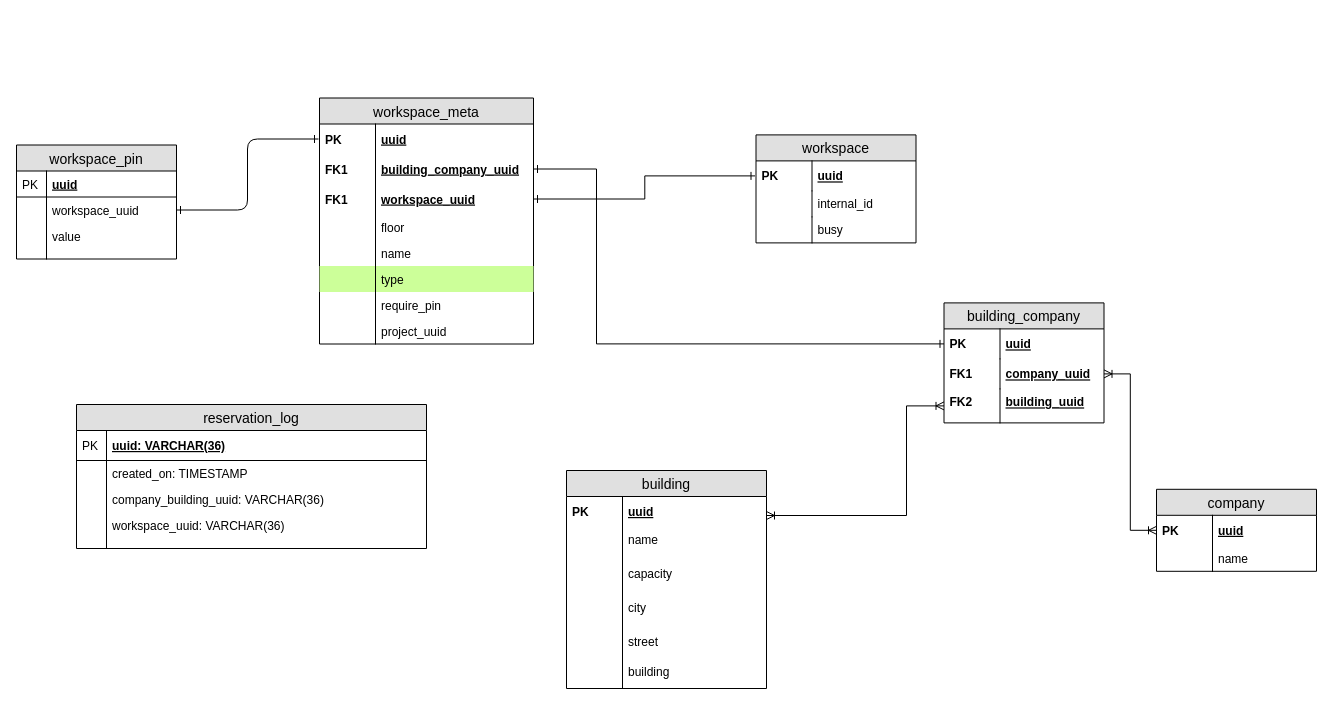
Hunkizzz/project-zebra-diagrams keeps this draw.io diagram as workplace-reservation-service-erd.drawio. Above is the earlier version. Source tidied: cells renumbered, new cells numbered last; positions are measured from the earlier drawing's top-left corner, leaving out a move shared by most shapes. Both pictures are drawn from the tidied source at 100%, with x=0, y=0 at pixel (16, 98).
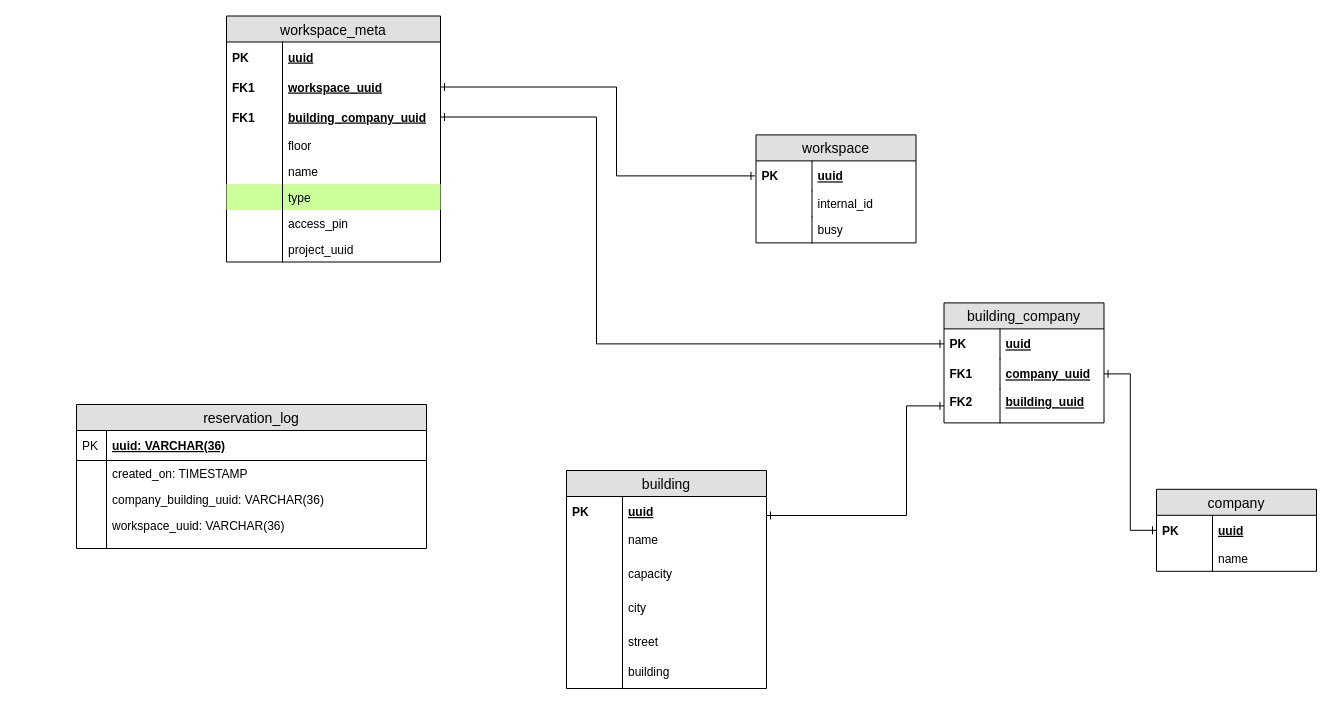
Above is the later version.

The change refers to these unchanged cells:
```xml
<mxCell id="3" value="uuid" style="shape=partialRectangle;top=0;left=0;right=0;bottom=0;align=left;verticalAlign=middle;fillColor=none;spacingLeft=60;spacingRight=4;overflow=hidden;points=[[0,0.5],[1,0.5]];portConstraint=eastwest;fontStyle=5;fontSize=12;" parent="2" vertex="1">
  <mxGeometry y="26" width="160" height="30" as="geometry" />
</mxCell>
<mxCell id="8" value="uuid" style="shape=partialRectangle;top=0;left=0;right=0;bottom=0;align=left;verticalAlign=middle;fillColor=none;spacingLeft=60;spacingRight=4;overflow=hidden;points=[[0,0.5],[1,0.5]];portConstraint=eastwest;fontStyle=5;fontSize=12;perimeterSpacing=1;" parent="7" vertex="1">
  <mxGeometry y="26" width="160" height="30" as="geometry" />
</mxCell>
<mxCell id="15" value="uuid" style="shape=partialRectangle;top=0;left=0;right=0;bottom=0;align=left;verticalAlign=middle;fillColor=none;spacingLeft=60;spacingRight=4;overflow=hidden;points=[[0,0.5],[1,0.5]];portConstraint=eastwest;fontStyle=5;fontSize=12;" parent="14" vertex="1">
  <mxGeometry y="26" width="200" height="30" as="geometry" />
</mxCell>
<mxCell id="30" value="uuid" style="shape=partialRectangle;top=0;left=0;right=0;bottom=0;align=left;verticalAlign=middle;fillColor=none;spacingLeft=60;spacingRight=4;overflow=hidden;points=[[0,0.5],[1,0.5]];portConstraint=eastwest;fontStyle=5;fontSize=12;" parent="29" vertex="1">
  <mxGeometry y="26" width="160" height="30" as="geometry" />
</mxCell>
<mxCell id="32" value="company_uuid" style="shape=partialRectangle;top=0;left=0;right=0;bottom=1;align=left;verticalAlign=middle;fillColor=none;spacingLeft=60;spacingRight=4;overflow=hidden;points=[[0,0.5],[1,0.5]];portConstraint=eastwest;fontStyle=5;fontSize=12;strokeColor=none;" parent="29" vertex="1">
  <mxGeometry y="56" width="160" height="30" as="geometry" />
</mxCell>
<mxCell id="34" value="building_uuid" style="shape=partialRectangle;top=0;left=0;right=0;bottom=0;align=left;verticalAlign=top;fillColor=none;spacingLeft=60;spacingRight=4;overflow=hidden;points=[[0,0.5],[1,0.5]];portConstraint=eastwest;fontSize=12;strokeColor=#000000;fontStyle=5;" parent="29" vertex="1">
  <mxGeometry y="86" width="160" height="34" as="geometry" />
</mxCell>
<mxCell id="49" value="uuid" style="shape=partialRectangle;top=0;left=0;right=0;bottom=0;align=left;verticalAlign=middle;fillColor=none;spacingLeft=60;spacingRight=4;overflow=hidden;points=[[0,0.5],[1,0.5]];portConstraint=eastwest;fontStyle=5;fontSize=12;perimeterSpacing=1;" parent="48" vertex="1">
  <mxGeometry y="26" width="214" height="30" as="geometry" />
</mxCell>
```

The edit, as a diff of the source:
```diff
@@
     <mxCell id="27" style="edgeStyle=orthogonalEdgeStyle;rounded=0;jettySize=auto;html=1;entryX=0;entryY=0.5;entryDx=0;entryDy=0;startArrow=ERone;startFill=0;endArrow=ERone;endFill=0;exitX=1;exitY=0.5;exitDx=0;exitDy=0;" parent="1" edge="1" source="51" target="30">
       <mxGeometry relative="1" as="geometry">
         <Array as="points">
-          <mxPoint x="580" y="71" />
+          <mxPoint x="580" y="19" />
           <mxPoint x="580" y="246" />
         </Array>
       </mxGeometry>
     </mxCell>
-    <mxCell id="28" style="edgeStyle=orthogonalEdgeStyle;rounded=0;jettySize=auto;html=1;exitX=0;exitY=0.5;exitDx=0;exitDy=0;entryX=1;entryY=0.5;entryDx=0;entryDy=0;startArrow=ERoneToMany;startFill=0;endArrow=ERoneToMany;endFill=0;" parent="1" edge="1" source="3" target="32">
+    <mxCell id="28" style="edgeStyle=orthogonalEdgeStyle;rounded=0;jettySize=auto;html=1;exitX=0;exitY=0.5;exitDx=0;exitDy=0;entryX=1;entryY=0.5;entryDx=0;entryDy=0;startArrow=ERone;startFill=0;endArrow=ERone;endFill=0;" parent="1" edge="1" source="3" target="32">
       <mxGeometry relative="1" as="geometry" />
     </mxCell>
@@
-    <mxCell id="36" style="edgeStyle=orthogonalEdgeStyle;rounded=0;jettySize=auto;html=1;entryX=0;entryY=0.5;entryDx=0;entryDy=0;endArrow=ERoneToMany;endFill=0;startArrow=ERoneToMany;startFill=0;" parent="1" edge="1" source="15" target="34">
+    <mxCell id="36" style="edgeStyle=orthogonalEdgeStyle;rounded=0;jettySize=auto;html=1;entryX=0;entryY=0.5;entryDx=0;entryDy=0;endArrow=ERone;endFill=0;startArrow=ERone;startFill=0;" parent="1" edge="1" source="15" target="34">
       <mxGeometry relative="1" as="geometry">
         <Array as="points">
           <mxPoint x="890" y="417" />
         </Array>
       </mxGeometry>
     </mxCell>
@@
     <mxCell id="48" value="workspace_meta" style="swimlane;fontStyle=0;horizontal=1;startSize=26;fillColor=#e0e0e0;swimlaneFillColor=#ffffff;align=center;fontSize=14;" parent="1" vertex="1">
-      <mxGeometry x="303" y="-0.5" width="214" height="246" as="geometry" />
+      <mxGeometry x="210" y="-82.5" width="214" height="246" as="geometry" />
     </mxCell>
@@
+    <mxCell id="53" value="workspace_uuid" style="shape=partialRectangle;top=0;left=0;right=0;bottom=0;align=left;verticalAlign=middle;fillColor=none;spacingLeft=60;spacingRight=4;overflow=hidden;points=[[0,0.5],[1,0.5]];portConstraint=eastwest;fontStyle=5;fontSize=12;" parent="48" vertex="1">
+      <mxGeometry y="56" width="214" height="30" as="geometry" />
+    </mxCell>
+    <mxCell id="54" value="FK1" style="shape=partialRectangle;fontStyle=1;top=0;left=0;bottom=0;fillColor=none;align=left;verticalAlign=middle;spacingLeft=4;spacingRight=4;overflow=hidden;fontSize=12;" parent="53" vertex="1">
+      <mxGeometry width="56" height="30" as="geometry" />
+    </mxCell>
     <mxCell id="51" value="building_company_uuid" style="shape=partialRectangle;top=0;left=0;right=0;bottom=0;align=left;verticalAlign=middle;fillColor=none;spacingLeft=60;spacingRight=4;overflow=hidden;points=[[0,0.5],[1,0.5]];portConstraint=eastwest;fontStyle=5;fontSize=12;" parent="48" vertex="1">
-      <mxGeometry y="56" width="214" height="30" as="geometry" />
+      <mxGeometry y="86" width="214" height="30" as="geometry" />
     </mxCell>
@@
-    <mxCell id="53" value="workspace_uuid" style="shape=partialRectangle;top=0;left=0;right=0;bottom=0;align=left;verticalAlign=middle;fillColor=none;spacingLeft=60;spacingRight=4;overflow=hidden;points=[[0,0.5],[1,0.5]];portConstraint=eastwest;fontStyle=5;fontSize=12;" parent="48" vertex="1">
-      <mxGeometry y="86" width="214" height="30" as="geometry" />
-    </mxCell>
-    <mxCell id="54" value="FK1" style="shape=partialRectangle;fontStyle=1;top=0;left=0;bottom=0;fillColor=none;align=left;verticalAlign=middle;spacingLeft=4;spacingRight=4;overflow=hidden;fontSize=12;" parent="53" vertex="1">
-      <mxGeometry width="56" height="30" as="geometry" />
-    </mxCell>
@@
-    <mxCell id="61" value="require_pin " style="shape=partialRectangle;top=0;left=0;right=0;bottom=0;align=left;verticalAlign=top;fillColor=none;spacingLeft=60;spacingRight=4;overflow=hidden;fontSize=12;" parent="48" vertex="1">
+    <mxCell id="61" value="access_pin" style="shape=partialRectangle;top=0;left=0;right=0;bottom=0;align=left;verticalAlign=top;fillColor=none;spacingLeft=60;spacingRight=4;overflow=hidden;fontSize=12;" parent="48" vertex="1">
       <mxGeometry y="194" width="214" height="26" as="geometry" />
     </mxCell>
@@
-    <mxCell id="65" style="edgeStyle=orthogonalEdgeStyle;rounded=0;jettySize=auto;html=1;exitX=1;exitY=0.5;exitDx=0;exitDy=0;entryX=0;entryY=0.5;entryDx=0;entryDy=0;endArrow=ERone;endFill=0;startArrow=ERone;startFill=0;" parent="1" edge="1" source="53" target="8">
-      <mxGeometry relative="1" as="geometry" />
+    <mxCell id="65" style="edgeStyle=orthogonalEdgeStyle;rounded=0;jettySize=auto;html=1;entryX=0;entryY=0.5;entryDx=0;entryDy=0;endArrow=ERone;endFill=0;startArrow=ERone;startFill=0;exitX=1;exitY=0.5;exitDx=0;exitDy=0;" parent="1" edge="1" source="53" target="8">
+      <mxGeometry relative="1" as="geometry">
+        <Array as="points">
+          <mxPoint x="600" y="-12" />
+          <mxPoint x="600" y="78" />
+        </Array>
+      </mxGeometry>
     </mxCell>
-    <mxCell id="66" value="workspace_pin" style="swimlane;fontStyle=0;horizontal=1;startSize=26;fillColor=#e0e0e0;swimlaneFillColor=#ffffff;align=center;fontSize=14;" parent="1" vertex="1">
-      <mxGeometry y="46.5" width="160" height="114" as="geometry" />
-    </mxCell>
-    <mxCell id="67" value="uuid" style="shape=partialRectangle;top=0;left=0;right=0;bottom=1;align=left;verticalAlign=middle;fillColor=none;spacingLeft=34;spacingRight=4;overflow=hidden;fontStyle=5;fontSize=12;" parent="66" vertex="1">
-      <mxGeometry y="26" width="160" height="26" as="geometry" />
-    </mxCell>
-    <mxCell id="68" value="PK" style="shape=partialRectangle;top=0;left=0;bottom=0;fillColor=none;align=left;verticalAlign=middle;spacingLeft=4;spacingRight=4;overflow=hidden;fontSize=12;" parent="67" vertex="1">
-      <mxGeometry width="30" height="26" as="geometry" />
-    </mxCell>
-    <mxCell id="69" value="workspace_uuid" style="shape=partialRectangle;top=0;left=0;right=0;bottom=0;align=left;verticalAlign=top;fillColor=none;spacingLeft=34;spacingRight=4;overflow=hidden;points=[[0,0.5],[1,0.5]];portConstraint=eastwest;fontSize=12;" parent="66" vertex="1">
-      <mxGeometry y="52" width="160" height="26" as="geometry" />
-    </mxCell>
-    <mxCell id="70" style="shape=partialRectangle;top=0;left=0;bottom=0;fillColor=none;align=left;verticalAlign=top;spacingLeft=4;spacingRight=4;overflow=hidden;fontSize=12;" parent="69" vertex="1">
-      <mxGeometry width="30" height="26" as="geometry" />
-    </mxCell>
-    <mxCell id="71" value="value" style="shape=partialRectangle;top=0;left=0;right=0;bottom=0;align=left;verticalAlign=top;fillColor=none;spacingLeft=34;spacingRight=4;overflow=hidden;fontSize=12;" parent="66" vertex="1">
-      <mxGeometry y="78" width="160" height="26" as="geometry" />
-    </mxCell>
-    <mxCell id="72" style="shape=partialRectangle;top=0;left=0;bottom=0;fillColor=none;align=left;verticalAlign=top;spacingLeft=4;spacingRight=4;overflow=hidden;fontSize=12;" parent="71" vertex="1">
-      <mxGeometry width="30" height="26" as="geometry" />
-    </mxCell>
-    <mxCell id="73" style="shape=partialRectangle;top=0;left=0;right=0;bottom=0;align=left;verticalAlign=top;fillColor=none;spacingLeft=34;spacingRight=4;overflow=hidden;fontSize=12;" parent="66" vertex="1">
-      <mxGeometry y="104" width="160" height="10" as="geometry" />
-    </mxCell>
-    <mxCell id="74" style="shape=partialRectangle;top=0;left=0;bottom=0;fillColor=none;align=left;verticalAlign=top;spacingLeft=4;spacingRight=4;overflow=hidden;fontSize=12;" parent="73" vertex="1">
-      <mxGeometry width="30" height="10" as="geometry" />
-    </mxCell>
-    <mxCell id="75" style="edgeStyle=elbowEdgeStyle;fontSize=12;html=1;endArrow=ERone;startArrow=ERone;entryX=0;entryY=0.5;entryDx=0;entryDy=0;startFill=0;endFill=0;" parent="1" edge="1" source="69" target="49">
-      <mxGeometry relative="1" as="geometry" />
-    </mxCell>
```
